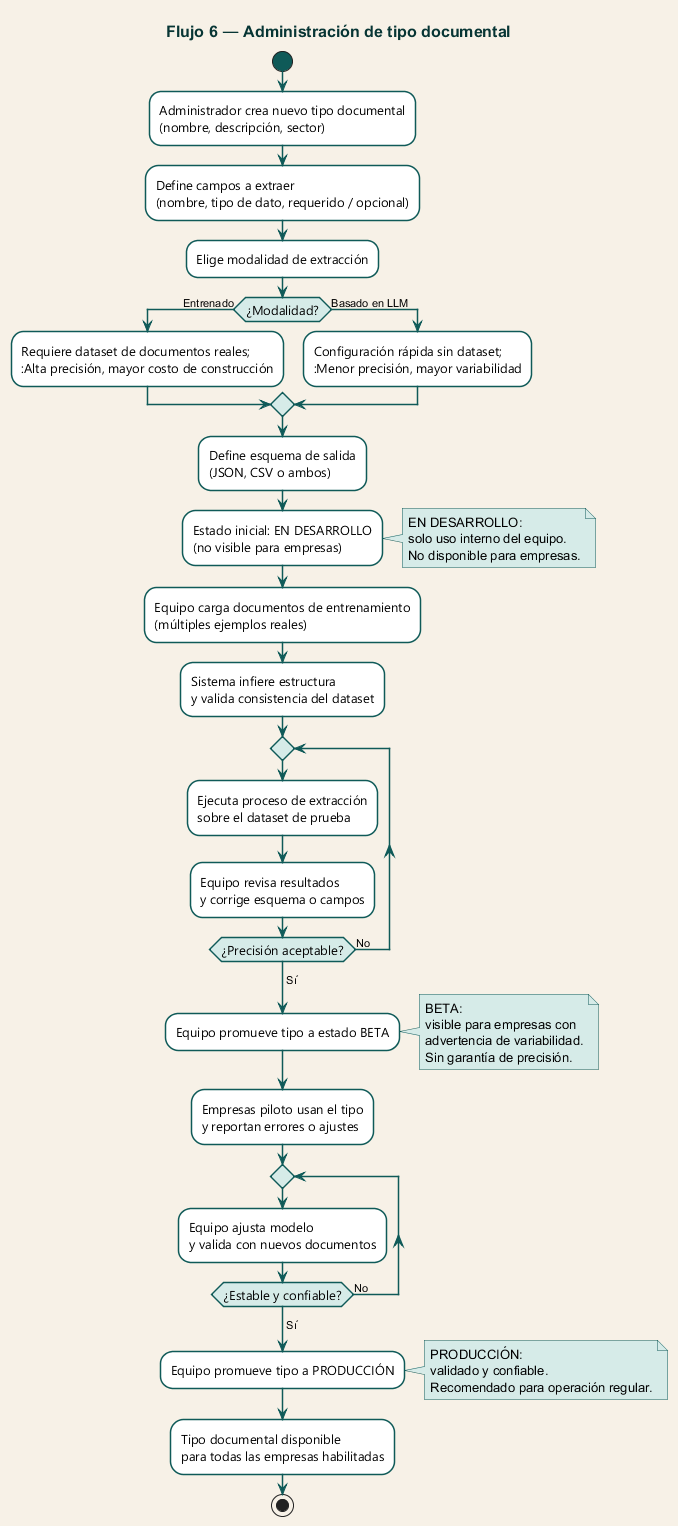
This is RAG/assets/img/diagramas/tobefuncional/flujo-admin-tipos.png from sedibuc/documentacion_cintel, a PlantUML export, as it was before one commit.
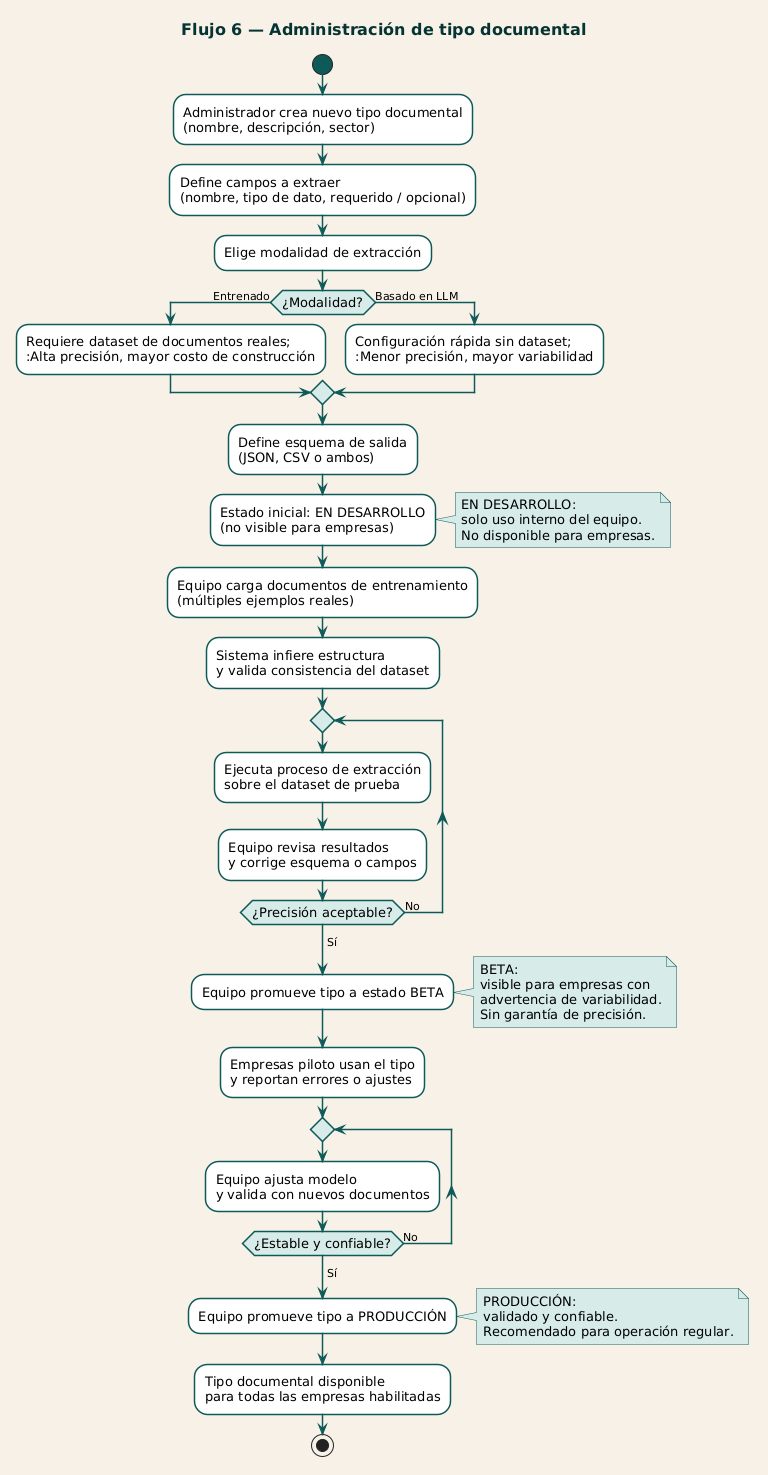
Above is the later version.

Change to the diagram source:
```diff
@@ -1,4 +1,4 @@
-@startuml flujo-admin-tipos
+@startuml
 skinparam backgroundColor #f7f1e7
 skinparam activity {
   BackgroundColor #ffffff
@@ -77,5 +77,4 @@
 
 :Tipo documental disponible\npara todas las empresas habilitadas;
 stop
-
 @enduml
```
